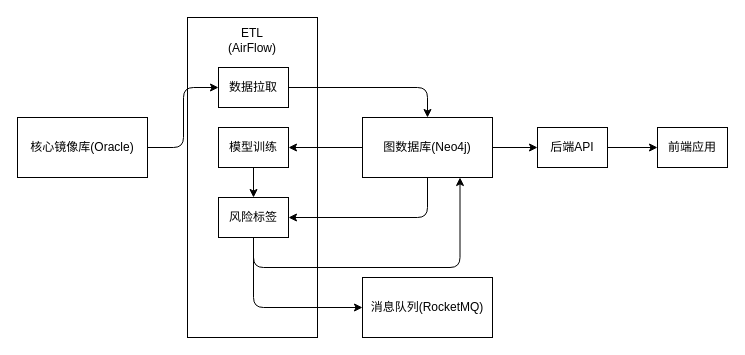
This is page "数据流向图" (5 of 7) of 太平/taiping-arch.drawio from XiaoLiuAI/diagrams, a draw.io file, before an edit. Source tidied: cells renumbered, new cells numbered last; positions are measured from the earlier drawing's top-left corner, leaving out a move shared by most shapes. Both pictures are drawn from the tidied source at 100%, with x=0, y=0 at pixel (17, 17).
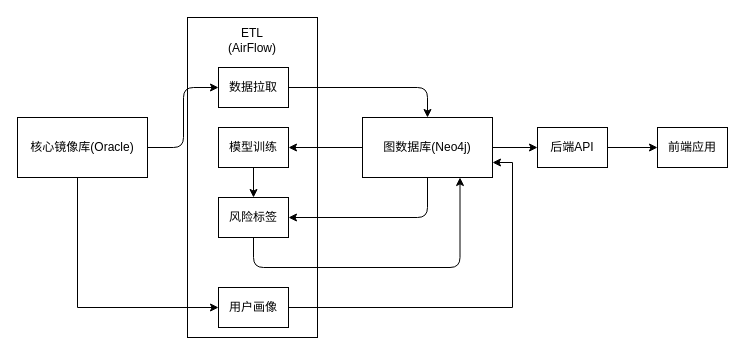
The same diagram, later.

Unchanged cells that the change refers to:
```xml
<mxCell id="2" value="核心镜像库(Oracle)" style="rounded=0;whiteSpace=wrap;html=1;" parent="1" vertex="1">
  <mxGeometry y="100" width="130" height="60" as="geometry" />
</mxCell>
<mxCell id="6" value="风险标签" style="rounded=0;whiteSpace=wrap;html=1;" parent="1" vertex="1">
  <mxGeometry x="201" y="180" width="70" height="40" as="geometry" />
</mxCell>
<mxCell id="8" value="图数据库(Neo4j)" style="rounded=0;whiteSpace=wrap;html=1;" parent="1" vertex="1">
  <mxGeometry x="345" y="100" width="130" height="60" as="geometry" />
</mxCell>
```

The edit, as a diff of the source:
```diff
@@
-    <mxCell id="18" value="消息队列(RocketMQ)" style="rounded=0;whiteSpace=wrap;html=1;" parent="1" vertex="1">
-      <mxGeometry x="345" y="260" width="130" height="60" as="geometry" />
-    </mxCell>
-    <mxCell id="19" style="edgeStyle=segmentEdgeStyle;endArrow=classic;html=1;entryX=0;entryY=0.5;entryDx=0;entryDy=0;exitX=0.5;exitY=1;exitDx=0;exitDy=0;" parent="1" edge="1" source="6" target="18">
-      <mxGeometry relative="1" as="geometry">
-        <Array as="points">
-          <mxPoint x="236" y="290" />
-        </Array>
-      </mxGeometry>
-    </mxCell>
+    <mxCell id="20" style="edgeStyle=orthogonalEdgeStyle;rounded=0;jettySize=auto;html=1;entryX=1;entryY=0.75;entryDx=0;entryDy=0;" parent="1" edge="1" source="21" target="8">
+      <mxGeometry relative="1" as="geometry" />
+    </mxCell>
+    <mxCell id="21" value="用户画像" style="rounded=0;whiteSpace=wrap;html=1;" parent="1" vertex="1">
+      <mxGeometry x="201" y="270" width="70" height="40" as="geometry" />
+    </mxCell>
+    <mxCell id="22" style="edgeStyle=orthogonalEdgeStyle;rounded=0;jettySize=auto;html=1;" parent="1" edge="1" source="2" target="21">
+      <mxGeometry relative="1" as="geometry">
+        <Array as="points">
+          <mxPoint x="60" y="290" />
+        </Array>
+      </mxGeometry>
+    </mxCell>
```
